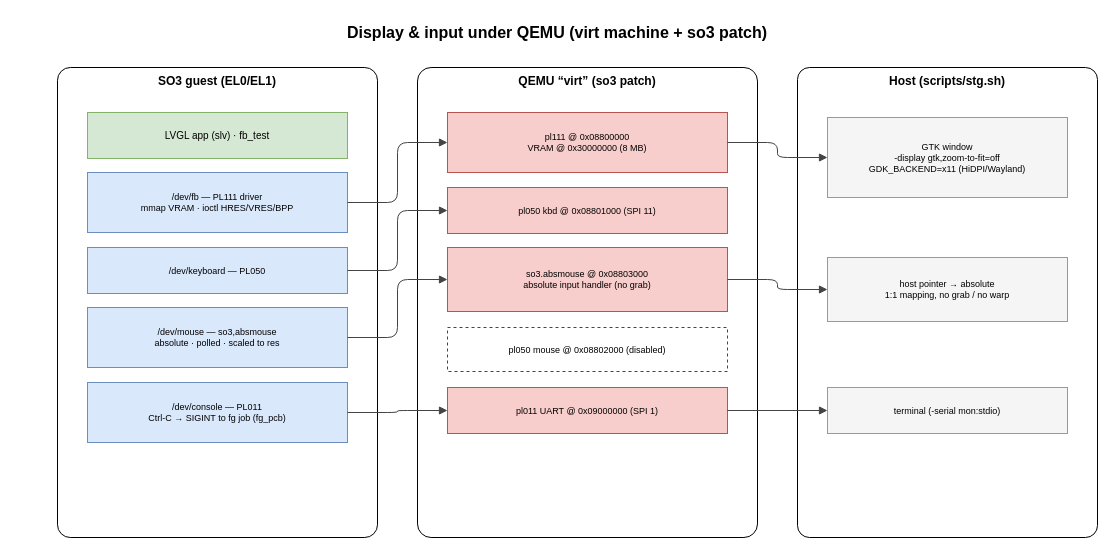
This is page "io" (11 of 11) of doc/source/img/so3.drawio from smartobjectoriented/so3, a draw.io file, before an edit. Source tidied: cells renumbered, new cells numbered last; positions are measured from the earlier drawing's top-left corner, leaving out a move shared by most shapes. Both pictures are drawn from the tidied source at 100%, with x=0, y=0 at pixel (17, 17).
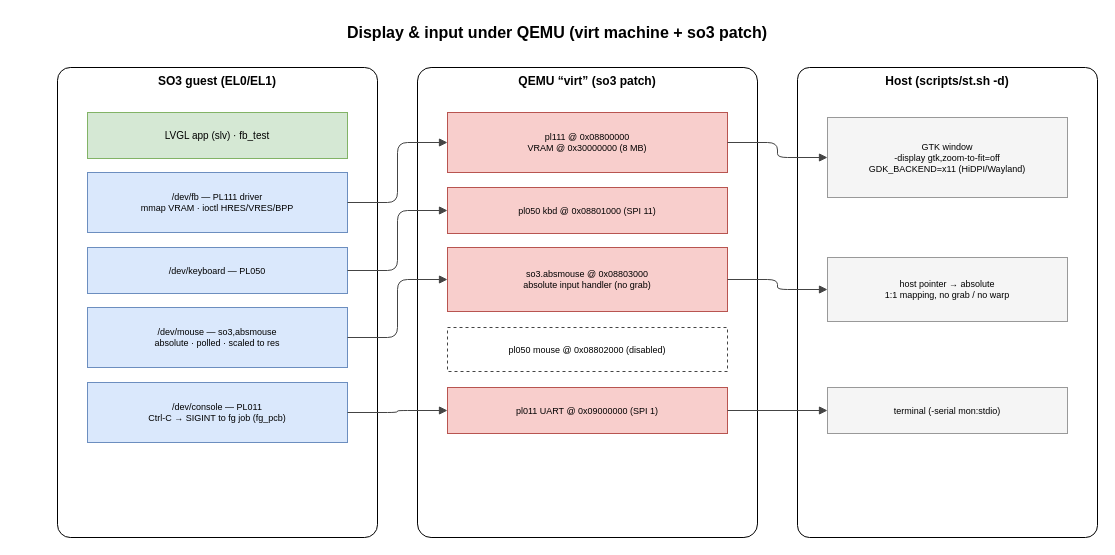
Above is the later version.

Commit message (it also covers changes not shown here):
scripts: fold stg.sh into st.sh via a -d (display) flag

What changed in the source:
```diff
@@
-    <mxCell id="15" value="Host  (scripts/stg.sh)" style="rounded=1;whiteSpace=wrap;html=1;arcSize=4;verticalAlign=top;fontStyle=1;fontSize=12;fontStyle=1;" parent="1" vertex="1">
+    <mxCell id="15" value="Host  (scripts/st.sh -d)" style="rounded=1;whiteSpace=wrap;html=1;arcSize=4;verticalAlign=top;fontStyle=1;fontSize=12;fontStyle=1;" parent="1" vertex="1">
       <mxGeometry x="780" y="50" width="300" height="470" as="geometry" />
     </mxCell>
```
